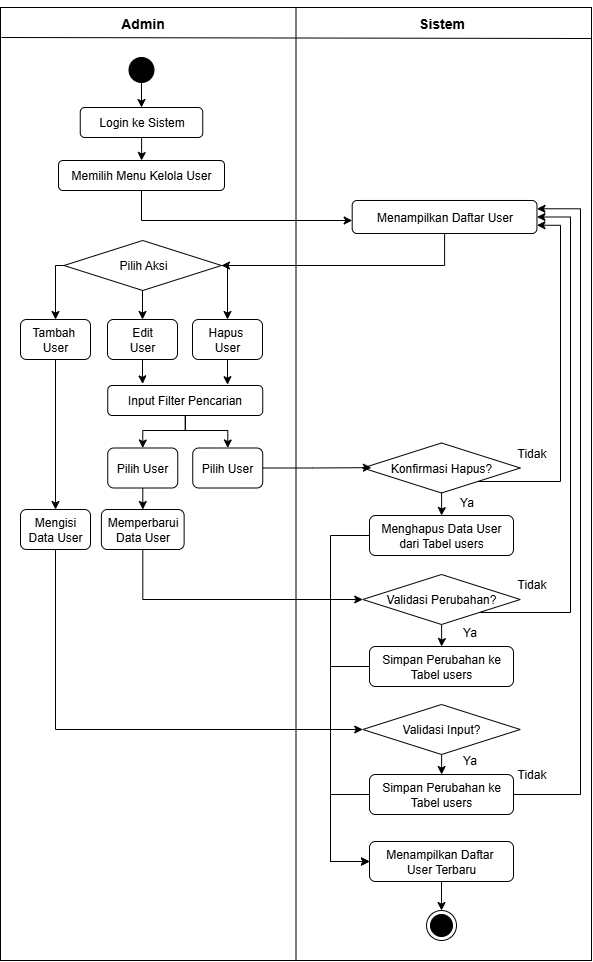
This is Activity Diagram/Kelola User AD.drawio.png from fatihfaritshi/Draft-Tugas-Akhir-, a draw.io export, as it was before one commit. Source tidied: cells renumbered, new cells last; positions are measured from the earlier drawing's top-left corner, leaving out a move shared by most shapes.
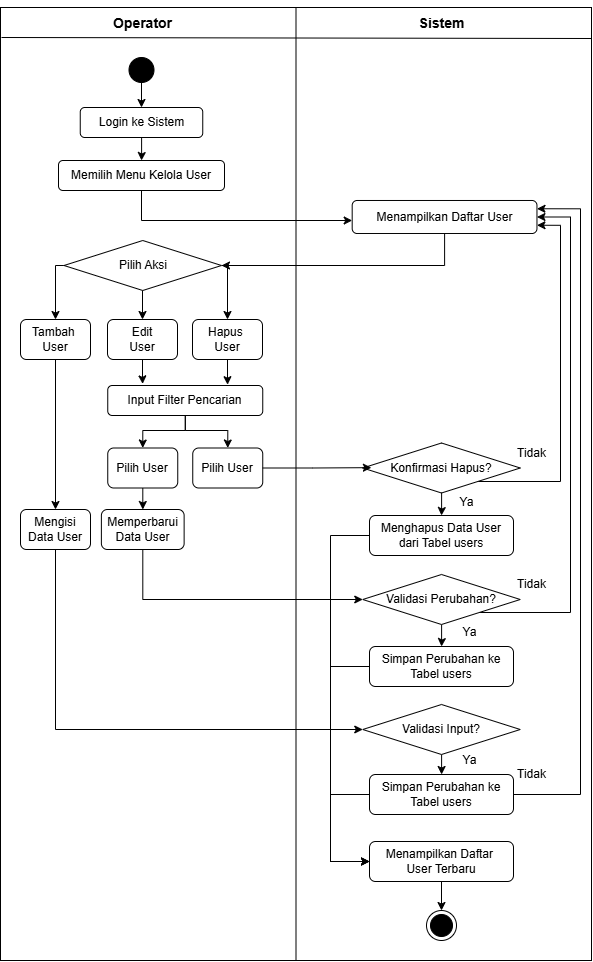
The same diagram one commit later.

Change to the diagram source:
```diff
@@ -14,7 +14,7 @@
         <mxPoint x="591" y="38" as="targetPoint" />
       </mxGeometry>
     </mxCell>
-    <mxCell id="5" value="&lt;font style=&quot;font-size: 14px;&quot;&gt;Admin&lt;/font&gt;" style="text;strokeColor=none;fillColor=none;html=1;fontSize=24;fontStyle=1;verticalAlign=middle;align=center;" parent="1" vertex="1">
+    <mxCell id="5" value="&lt;font style=&quot;font-size: 14px;&quot;&gt;Operator&lt;/font&gt;" style="text;strokeColor=none;fillColor=none;html=1;fontSize=24;fontStyle=1;verticalAlign=middle;align=center;" parent="1" vertex="1">
       <mxGeometry x="92.2" width="100" height="40" as="geometry" />
     </mxCell>
     <mxCell id="6" value="&lt;font style=&quot;font-size: 14px;&quot;&gt;Sistem&lt;/font&gt;" style="text;strokeColor=none;fillColor=none;html=1;fontSize=24;fontStyle=1;verticalAlign=middle;align=center;" parent="1" vertex="1">
```
